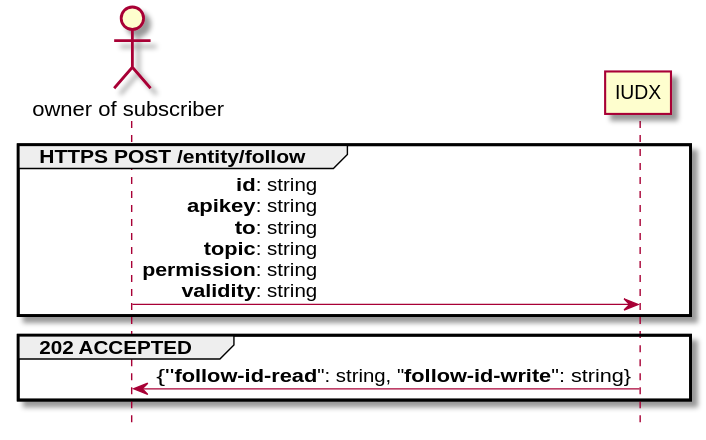
This is DOCS/api/follow.svg from rbccps-iisc/corinthian, a PlantUML export, as it was before one commit. Its diagram source:
```plantuml
@startuml
hide footbox
actor "owner of subscriber" as sowner


group HTTPS POST /entity/follow
    sowner -> IUDX: **id**: string\r**apikey**: string\r**to**: string\r**topic**: string\r**permission**: string\r**validity**: string
end

group 202 ACCEPTED
    IUDX -> sowner : {"**follow-id-read**": string, "**follow-id-write**": string}
end
@enduml
```
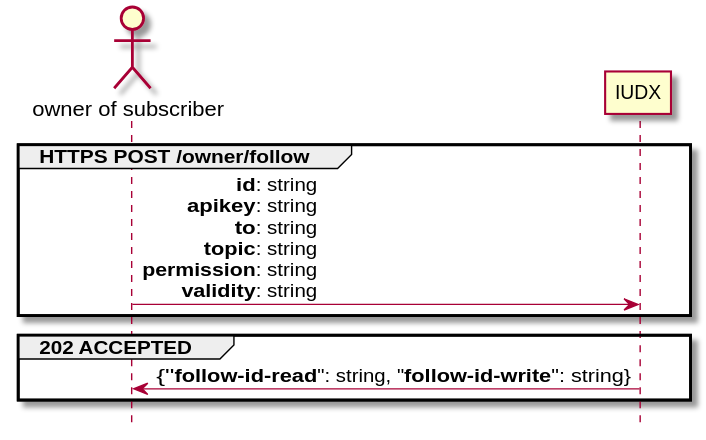
After the commit.

The edit, as a diff of the source:
```diff
@@ -3,7 +3,7 @@
 actor "owner of subscriber" as sowner
 
 
-group HTTPS POST /entity/follow
+group HTTPS POST /owner/follow
     sowner -> IUDX: **id**: string\r**apikey**: string\r**to**: string\r**topic**: string\r**permission**: string\r**validity**: string
 end
 
```
